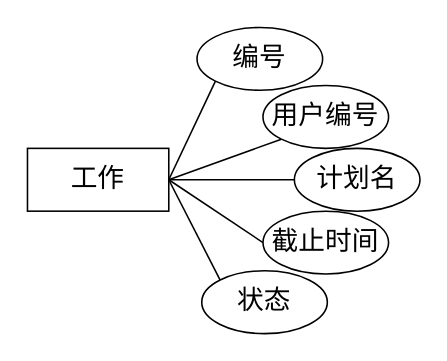
Above: img/工作ER图.drawio in FlowerSea-Lu/iCareer (draw.io), before the change. Source tidied: cells renumbered, new cells numbered last; positions are measured from the earlier drawing's top-left corner, leaving out a move shared by most shapes. Both pictures are drawn from the tidied source at 157%, with x=0, y=0 at pixel (27, 27).
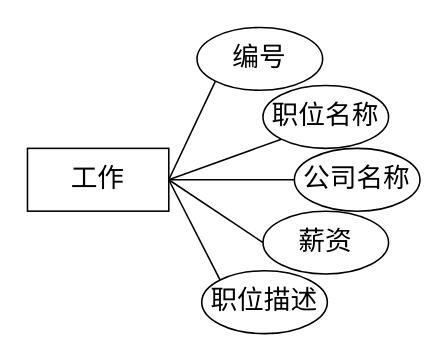
The same diagram, later.

Commit message (it also covers changes not shown here):
更新工作ER图.drawio

What changed in the source:
```diff
@@
 <mxGraphModel>
   <root>
     <mxCell id="0" />
     <mxCell id="1" parent="0" />
     <mxCell id="2" style="rounded=0;jettySize=auto;html=1;exitX=1;exitY=0.5;exitDx=0;exitDy=0;entryX=0;entryY=1;entryDx=0;entryDy=0;endArrow=none;endFill=0;" parent="1" edge="1" source="7" target="8">
       <mxGeometry relative="1" as="geometry" />
     </mxCell>
     <mxCell id="3" style="rounded=0;jettySize=auto;html=1;exitX=1;exitY=0.5;exitDx=0;exitDy=0;entryX=0;entryY=1;entryDx=0;entryDy=0;endArrow=none;endFill=0;" parent="1" edge="1" source="7" target="9">
       <mxGeometry relative="1" as="geometry" />
     </mxCell>
     <mxCell id="4" style="rounded=0;jettySize=auto;html=1;exitX=1;exitY=0.5;exitDx=0;exitDy=0;entryX=0;entryY=0.5;entryDx=0;entryDy=0;endArrow=none;endFill=0;" parent="1" edge="1" source="7" target="10">
       <mxGeometry relative="1" as="geometry" />
     </mxCell>
     <mxCell id="5" style="rounded=0;jettySize=auto;html=1;exitX=1;exitY=0.5;exitDx=0;exitDy=0;entryX=0;entryY=0.5;entryDx=0;entryDy=0;endArrow=none;endFill=0;" parent="1" edge="1" source="7" target="11">
       <mxGeometry relative="1" as="geometry" />
     </mxCell>
     <mxCell id="6" style="rounded=0;jettySize=auto;html=1;exitX=1;exitY=0.5;exitDx=0;exitDy=0;entryX=0;entryY=0;entryDx=0;entryDy=0;endArrow=none;endFill=0;" parent="1" edge="1" source="7" target="12">
       <mxGeometry relative="1" as="geometry" />
     </mxCell>
     <mxCell id="7" value="工作" style="rounded=0;whiteSpace=wrap;html=1;fontSize=17;fontStyle=0;" parent="1" vertex="1">
       <mxGeometry y="77" width="90" height="40" as="geometry" />
     </mxCell>
     <mxCell id="8" value="编号" style="ellipse;whiteSpace=wrap;html=1;fontSize=17;fontStyle=0;" parent="1" vertex="1">
       <mxGeometry x="108" width="80" height="40" as="geometry" />
     </mxCell>
-    <mxCell id="9" value="用户编号" style="ellipse;whiteSpace=wrap;html=1;fontSize=17;fontStyle=0;" parent="1" vertex="1">
+    <mxCell id="9" value="职位名称" style="ellipse;whiteSpace=wrap;html=1;fontSize=17;fontStyle=0;" parent="1" vertex="1">
       <mxGeometry x="150" y="37" width="80" height="40" as="geometry" />
     </mxCell>
-    <mxCell id="10" value="计划名" style="ellipse;whiteSpace=wrap;html=1;fontSize=17;fontStyle=0;" parent="1" vertex="1">
+    <mxCell id="10" value="公司名称" style="ellipse;whiteSpace=wrap;html=1;fontSize=17;fontStyle=0;" parent="1" vertex="1">
       <mxGeometry x="170" y="77" width="80" height="40" as="geometry" />
     </mxCell>
-    <mxCell id="11" value="截止时间" style="ellipse;whiteSpace=wrap;html=1;fontSize=17;fontStyle=0;" parent="1" vertex="1">
+    <mxCell id="11" value="薪资" style="ellipse;whiteSpace=wrap;html=1;fontSize=17;fontStyle=0;" parent="1" vertex="1">
       <mxGeometry x="150" y="117" width="80" height="40" as="geometry" />
     </mxCell>
-    <mxCell id="12" value="状态" style="ellipse;whiteSpace=wrap;html=1;fontSize=17;fontStyle=0;" parent="1" vertex="1">
+    <mxCell id="12" value="职位描述" style="ellipse;whiteSpace=wrap;html=1;fontSize=17;fontStyle=0;" parent="1" vertex="1">
       <mxGeometry x="111" y="155" width="80" height="40" as="geometry" />
     </mxCell>
   </root>
 </mxGraphModel>
```
